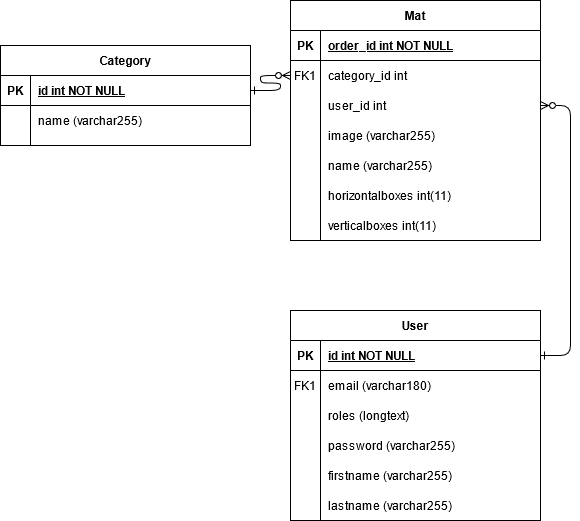
Above: documentation/ERDiagram.png in TimoHogeveen/BeebotOnline (draw.io), before the change. Source tidied: cells renumbered, new cells last; positions are measured from the earlier drawing's top-left corner, leaving out a move shared by most shapes.
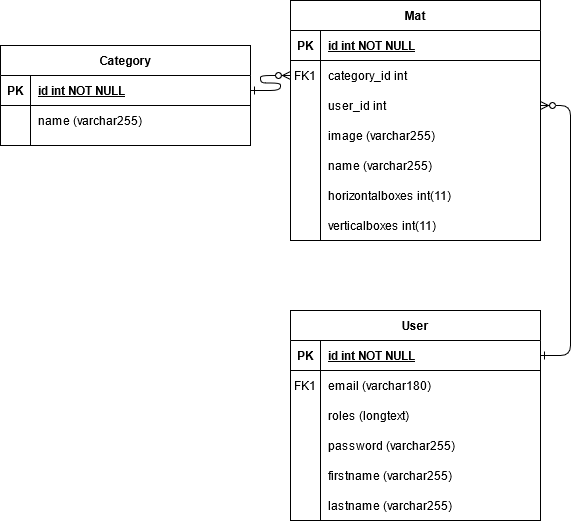
Above is the later version.

Change to the diagram source:
```diff
@@ -17,7 +17,7 @@
     <mxCell id="6" value="PK" style="shape=partialRectangle;overflow=hidden;fillColor=none;top=0;left=0;bottom=0;right=0;fontStyle=1;" parent="5" vertex="1">
       <mxGeometry width="30" height="30" as="geometry" />
     </mxCell>
-    <mxCell id="7" value="order_id int NOT NULL " style="shape=partialRectangle;overflow=hidden;fillColor=none;top=0;left=0;bottom=0;right=0;align=left;spacingLeft=6;fontStyle=5;" parent="5" vertex="1">
+    <mxCell id="7" value="id int NOT NULL " style="shape=partialRectangle;overflow=hidden;fillColor=none;top=0;left=0;bottom=0;right=0;align=left;spacingLeft=6;fontStyle=5;" parent="5" vertex="1">
       <mxGeometry x="30" width="220" height="30" as="geometry" />
     </mxCell>
     <mxCell id="8" style="shape=partialRectangle;fillColor=none;points=[[0,0.5],[1,0.5]];portConstraint=eastwest;top=0;left=0;right=0;bottom=0;" parent="4" vertex="1">
```
